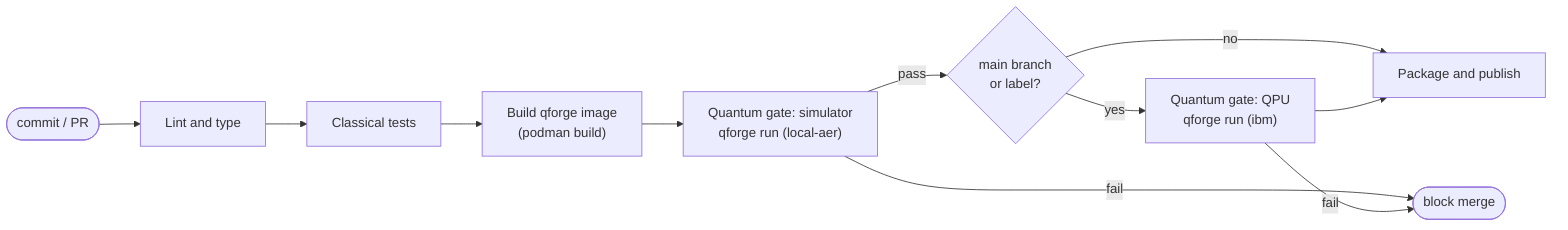
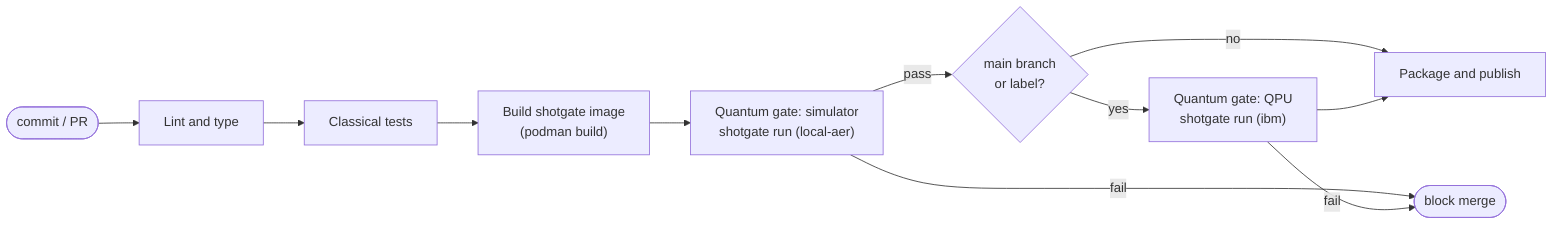
- %% qforge CI/CD quantum quality gate — hybrid pipeline.
+ %% shotgate CI/CD quantum quality gate — hybrid pipeline.
flowchart LR
    dev([commit / PR]) --> lint["Lint and type"]
    lint --> ct["Classical tests"]
-     ct --> build["Build qforge image\n(podman build)"]
-     build --> sim["Quantum gate: simulator\nqforge run (local-aer)"]
+     ct --> build["Build shotgate image\n(podman build)"]
+     build --> sim["Quantum gate: simulator\nshotgate run (local-aer)"]
    sim -->|pass| qpu{"main branch\nor label?"}
-     qpu -->|yes| real["Quantum gate: QPU\nqforge run (ibm)"]
+     qpu -->|yes| real["Quantum gate: QPU\nshotgate run (ibm)"]
    qpu -->|no| pkg["Package and publish"]
    real --> pkg
    sim -->|fail| stop([block merge])
    real -->|fail| stop
